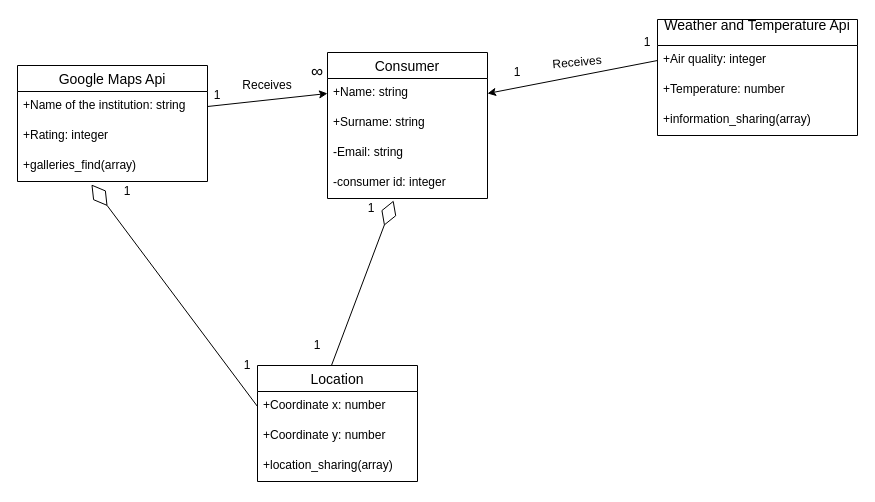
This is 2-SoftwareDesign/2.5-UMLProgramClasses/UMLProgramClasses.drawio from oleksandrblazhko/ai204-maksimenko, a draw.io file, before an edit. Source tidied: cells renumbered, new cells numbered last; positions are measured from the earlier drawing's top-left corner, leaving out a move shared by most shapes. Both pictures are drawn from the tidied source at 100%, with x=0, y=0 at pixel (17, 19).
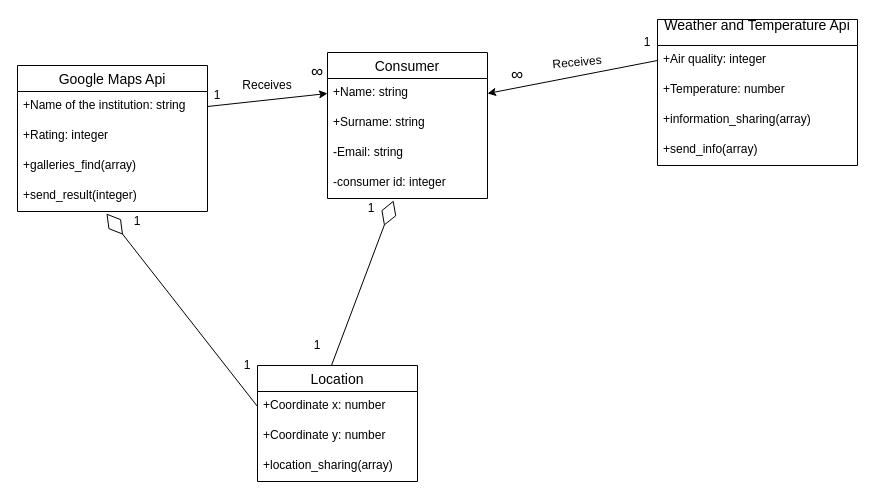
Above is the later version.

The change refers to these unchanged cells:
```xml
<mxCell id="5" value="+galleries_find(array)" style="text;strokeColor=none;fillColor=none;spacingLeft=4;spacingRight=4;overflow=hidden;points=[[0,0.5],[1,0.5]];portConstraint=eastwest;fontSize=12;" parent="2" vertex="1">
  <mxGeometry y="86" width="190" height="30" as="geometry" />
</mxCell>
<mxCell id="30" value="+Coordinate x: number" style="text;strokeColor=none;fillColor=none;spacingLeft=4;spacingRight=4;overflow=hidden;points=[[0,0.5],[1,0.5]];portConstraint=eastwest;fontSize=12;" parent="29" vertex="1">
  <mxGeometry y="26" width="160" height="30" as="geometry" />
</mxCell>
```

The edit, as a diff of the source:
```diff
@@
     <mxCell id="2" value="Google Maps Api" style="swimlane;fontStyle=0;horizontal=1;startSize=26;align=center;fontSize=14;" parent="1" vertex="1">
-      <mxGeometry y="46" width="190" height="116" as="geometry" />
+      <mxGeometry y="46" width="190" height="146" as="geometry" />
     </mxCell>
@@
+    <mxCell id="33" value="+send_result(integer)" style="text;strokeColor=none;fillColor=none;spacingLeft=4;spacingRight=4;overflow=hidden;points=[[0,0.5],[1,0.5]];portConstraint=eastwest;fontSize=12;" parent="2" vertex="1">
+      <mxGeometry y="116" width="190" height="30" as="geometry" />
+    </mxCell>
@@
-    <mxCell id="10" style="endArrow=diamondThin;endFill=0;endSize=24;html=1;exitX=0;exitY=0.5;exitDx=0;exitDy=0;entryX=0.389;entryY=1.1;entryDx=0;entryDy=0;entryPerimeter=0;" parent="1" edge="1" source="30" target="5">
+    <mxCell id="10" style="endArrow=diamondThin;endFill=0;endSize=24;html=1;exitX=0;exitY=0.5;exitDx=0;exitDy=0;entryX=0.468;entryY=1.067;entryDx=0;entryDy=0;entryPerimeter=0;" parent="1" edge="1" source="30" target="33">
       <mxGeometry relative="1" as="geometry" />
     </mxCell>
@@
     <mxCell id="13" value="1" style="text;html=1;strokeColor=none;fillColor=none;align=center;verticalAlign=middle;whiteSpace=wrap;rounded=0;" parent="1" vertex="1">
-      <mxGeometry x="90" y="162" width="40" height="20" as="geometry" />
+      <mxGeometry x="100" y="192" width="40" height="20" as="geometry" />
     </mxCell>
@@
-    <mxCell id="18" value="1" style="text;html=1;strokeColor=none;fillColor=none;align=center;verticalAlign=middle;whiteSpace=wrap;rounded=0;" parent="1" vertex="1">
-      <mxGeometry x="480" y="43" width="40" height="20" as="geometry" />
-    </mxCell>
@@
     <mxCell id="20" value="Weather and Temperature Api&#10;" style="swimlane;fontStyle=0;horizontal=1;startSize=26;align=center;fontSize=14;" parent="1" vertex="1">
-      <mxGeometry x="640" width="200" height="116" as="geometry" />
+      <mxGeometry x="640" width="200" height="146" as="geometry" />
     </mxCell>
@@
+    <mxCell id="34" value="+send_info(array)" style="text;strokeColor=none;fillColor=none;spacingLeft=4;spacingRight=4;overflow=hidden;fontSize=12;" parent="20" vertex="1">
+      <mxGeometry y="116" width="200" height="30" as="geometry" />
+    </mxCell>
@@
+    <mxCell id="35" value="&lt;font style=&quot;font-size: 17px&quot;&gt;∞&lt;/font&gt;" style="text;html=1;strokeColor=none;fillColor=none;align=center;verticalAlign=middle;whiteSpace=wrap;rounded=0;" parent="1" vertex="1">
+      <mxGeometry x="460" y="36" width="80" height="40" as="geometry" />
+    </mxCell>
```
